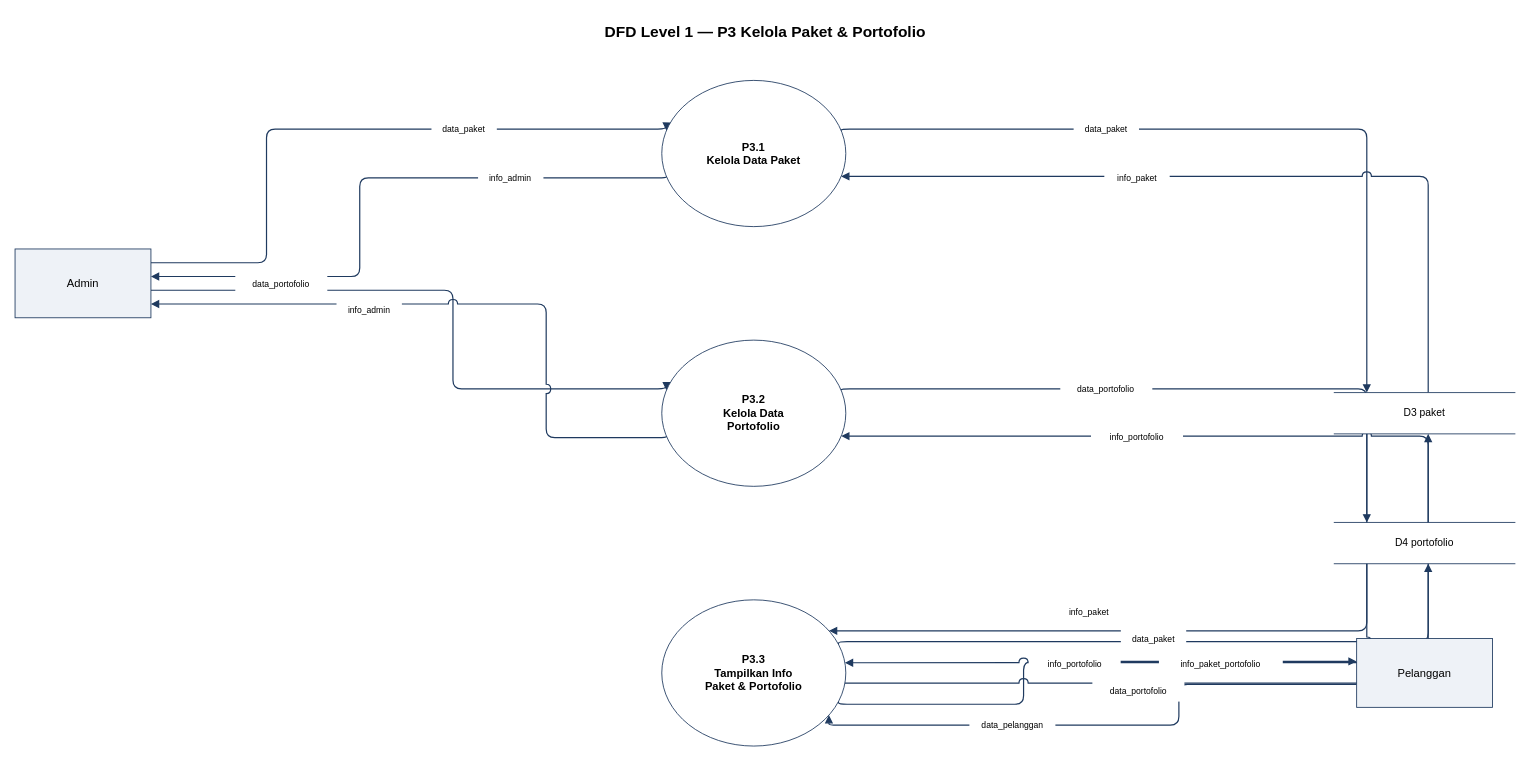
The draw.io diagram result/without/mellogang_dfd_level1_P3.drawio in ryuken25/diagrams, before the edit. Source tidied: cells renumbered, new cells numbered last; positions are measured from the earlier drawing's top-left corner, leaving out a move shared by most shapes. Both pictures are drawn from the tidied source at 86%, with x=0, y=0 at pixel (15, 15).
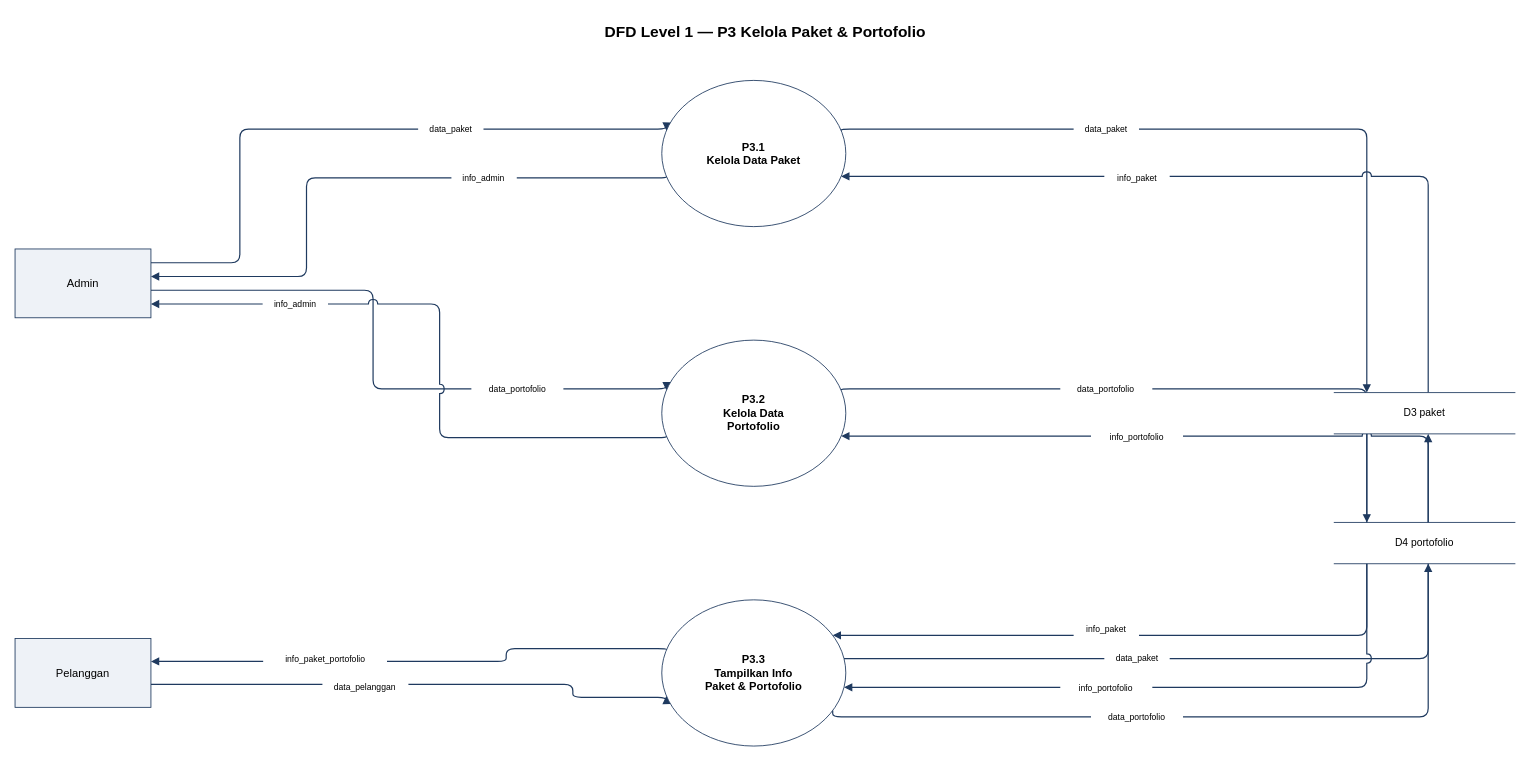
After the change.

Unchanged cells that the change refers to:
```xml
<mxCell id="16" value="P3.1&#10;Kelola Data Paket" style="ellipse;whiteSpace=wrap;html=1;fillColor=#FFFFFF;strokeColor=#1F3A5F;fontSize=13;fontStyle=1;verticalAlign=middle;" parent="1" vertex="1">
  <mxGeometry x="752" y="76" width="214" height="170" as="geometry" />
</mxCell>
<mxCell id="17" value="P3.2&#10;Kelola Data&#10;Portofolio" style="ellipse;whiteSpace=wrap;html=1;fillColor=#FFFFFF;strokeColor=#1F3A5F;fontSize=13;fontStyle=1;verticalAlign=middle;" parent="1" vertex="1">
  <mxGeometry x="752" y="378" width="214" height="170" as="geometry" />
</mxCell>
<mxCell id="18" value="P3.3&#10;Tampilkan Info&#10;Paket &amp; Portofolio" style="ellipse;whiteSpace=wrap;html=1;fillColor=#FFFFFF;strokeColor=#1F3A5F;fontSize=13;fontStyle=1;verticalAlign=middle;" parent="1" vertex="1">
  <mxGeometry x="752" y="680" width="214" height="170" as="geometry" />
</mxCell>
<mxCell id="19" value="Admin" style="rounded=0;whiteSpace=wrap;html=1;fillColor=#EEF2F7;strokeColor=#1F3A5F;fontSize=13;" parent="1" vertex="1">
  <mxGeometry y="272" width="158" height="80" as="geometry" />
</mxCell>
<mxCell id="21" value="D3  paket" style="shape=partialRectangle;top=1;bottom=1;left=0;right=0;whiteSpace=wrap;html=1;fillColor=#FFFFFF;strokeColor=#1F3A5F;fontSize=12;align=center;" parent="1" vertex="1">
  <mxGeometry x="1534" y="439" width="210" height="48" as="geometry" />
</mxCell>
<mxCell id="22" value="D4  portofolio" style="shape=partialRectangle;top=1;bottom=1;left=0;right=0;whiteSpace=wrap;html=1;fillColor=#FFFFFF;strokeColor=#1F3A5F;fontSize=12;align=center;" parent="1" vertex="1">
  <mxGeometry x="1534" y="590" width="210" height="48" as="geometry" />
</mxCell>
```

The edit, as a diff of the source:
```diff
@@
     <mxCell id="2" style="html=1;rounded=1;strokeColor=#1F3A5F;strokeWidth=1.4;endArrow=block;startArrow=none;jumpStyle=arc;jumpSize=10;edgeStyle=orthogonalEdgeStyle;exitX=1.000;exitY=0.200;entryX=0.000;entryY=0.333;exitDx=0;exitDy=0;entryDx=0;entryDy=0;" parent="1" edge="1" source="19" target="16">
       <mxGeometry relative="1" as="geometry">
         <Array as="points">
-          <mxPoint x="292.4" y="288" />
-          <mxPoint x="292.4" y="132.7" />
+          <mxPoint x="261.4" y="288" />
+          <mxPoint x="261.4" y="132.7" />
         </Array>
       </mxGeometry>
     </mxCell>
     <mxCell id="3" style="html=1;rounded=1;strokeColor=#1F3A5F;strokeWidth=1.4;endArrow=block;startArrow=none;jumpStyle=arc;jumpSize=10;edgeStyle=orthogonalEdgeStyle;exitX=0.000;exitY=0.667;entryX=1.000;entryY=0.400;exitDx=0;exitDy=0;entryDx=0;entryDy=0;" parent="1" edge="1" source="16" target="19">
       <mxGeometry relative="1" as="geometry">
         <Array as="points">
-          <mxPoint x="400.8" y="189.3" />
-          <mxPoint x="400.8" y="304" />
+          <mxPoint x="338.9" y="189.3" />
+          <mxPoint x="338.9" y="304" />
         </Array>
       </mxGeometry>
     </mxCell>
     <mxCell id="4" style="html=1;rounded=1;strokeColor=#1F3A5F;strokeWidth=1.4;endArrow=block;startArrow=none;jumpStyle=arc;jumpSize=10;edgeStyle=orthogonalEdgeStyle;exitX=1.000;exitY=0.600;entryX=0.000;entryY=0.333;exitDx=0;exitDy=0;entryDx=0;entryDy=0;" parent="1" edge="1" source="19" target="17">
       <mxGeometry relative="1" as="geometry">
         <Array as="points">
-          <mxPoint x="509.2" y="320" />
-          <mxPoint x="509.2" y="434.7" />
+          <mxPoint x="416.3" y="320" />
+          <mxPoint x="416.3" y="434.7" />
         </Array>
       </mxGeometry>
     </mxCell>
     <mxCell id="5" style="html=1;rounded=1;strokeColor=#1F3A5F;strokeWidth=1.4;endArrow=block;startArrow=none;jumpStyle=arc;jumpSize=10;edgeStyle=orthogonalEdgeStyle;exitX=0.000;exitY=0.667;entryX=1.000;entryY=0.800;exitDx=0;exitDy=0;entryDx=0;entryDy=0;" parent="1" edge="1" source="17" target="19">
       <mxGeometry relative="1" as="geometry">
         <Array as="points">
-          <mxPoint x="617.6" y="491.3" />
-          <mxPoint x="617.6" y="336" />
+          <mxPoint x="493.7" y="491.3" />
+          <mxPoint x="493.7" y="336" />
         </Array>
       </mxGeometry>
     </mxCell>
-    <mxCell id="6" style="html=1;rounded=1;strokeColor=#1F3A5F;strokeWidth=1.4;endArrow=block;startArrow=none;jumpStyle=arc;jumpSize=10;edgeStyle=orthogonalEdgeStyle;exitX=1.000;exitY=0.714;entryX=0.000;entryY=0.333;exitDx=0;exitDy=0;entryDx=0;entryDy=0;" parent="1" edge="1" source="18" target="20">
+    <mxCell id="6" style="html=1;rounded=1;strokeColor=#1F3A5F;strokeWidth=1.4;endArrow=block;startArrow=none;jumpStyle=arc;jumpSize=10;edgeStyle=orthogonalEdgeStyle;exitX=0.000;exitY=0.333;entryX=1.000;entryY=0.333;exitDx=0;exitDy=0;entryDx=0;entryDy=0;" parent="1" edge="1" source="18" target="20">
       <mxGeometry relative="1" as="geometry">
         <Array as="points">
-          <mxPoint x="1172.7" y="801.4" />
-          <mxPoint x="1172.7" y="751.7" />
+          <mxPoint x="571.1" y="736.7" />
+          <mxPoint x="571.1" y="751.7" />
         </Array>
       </mxGeometry>
     </mxCell>
-    <mxCell id="7" style="html=1;rounded=1;strokeColor=#1F3A5F;strokeWidth=1.4;endArrow=block;startArrow=none;jumpStyle=arc;jumpSize=10;edgeStyle=orthogonalEdgeStyle;exitX=0.000;exitY=0.667;entryX=1.000;entryY=0.857;exitDx=0;exitDy=0;entryDx=0;entryDy=0;" parent="1" edge="1" source="20" target="18">
+    <mxCell id="7" style="html=1;rounded=1;strokeColor=#1F3A5F;strokeWidth=1.4;endArrow=block;startArrow=none;jumpStyle=arc;jumpSize=10;edgeStyle=orthogonalEdgeStyle;exitX=1.000;exitY=0.667;entryX=0.000;entryY=0.667;exitDx=0;exitDy=0;entryDx=0;entryDy=0;" parent="1" edge="1" source="20" target="18">
       <mxGeometry relative="1" as="geometry">
         <Array as="points">
-          <mxPoint x="1353.3" y="778.3" />
-          <mxPoint x="1353.3" y="825.7" />
+          <mxPoint x="648.6" y="778.3" />
+          <mxPoint x="648.6" y="793.3" />
         </Array>
       </mxGeometry>
     </mxCell>
@@
-    <mxCell id="10" style="html=1;rounded=1;strokeColor=#1F3A5F;strokeWidth=1.4;endArrow=block;startArrow=none;jumpStyle=arc;jumpSize=10;edgeStyle=orthogonalEdgeStyle;exitX=0.180;exitY=1.000;entryX=1.000;entryY=0.143;exitDx=0;exitDy=0;entryDx=0;entryDy=0;" parent="1" edge="1" source="21" target="18">
+    <mxCell id="10" style="html=1;rounded=1;strokeColor=#1F3A5F;strokeWidth=1.4;endArrow=block;startArrow=none;jumpStyle=arc;jumpSize=10;edgeStyle=orthogonalEdgeStyle;exitX=0.180;exitY=1.000;entryX=1.000;entryY=0.200;exitDx=0;exitDy=0;entryDx=0;entryDy=0;" parent="1" edge="1" source="21" target="18">
       <mxGeometry relative="1" as="geometry">
         <Array as="points">
           <mxPoint x="1571.8" y="487" />
-          <mxPoint x="1571.8" y="704.3" />
+          <mxPoint x="1571.8" y="714" />
         </Array>
       </mxGeometry>
     </mxCell>
-    <mxCell id="11" style="html=1;rounded=1;strokeColor=#1F3A5F;strokeWidth=1.4;endArrow=block;startArrow=none;jumpStyle=arc;jumpSize=10;edgeStyle=orthogonalEdgeStyle;exitX=1.000;exitY=0.286;entryX=0.520;entryY=1.000;exitDx=0;exitDy=0;entryDx=0;entryDy=0;" parent="1" edge="1" source="18" target="21">
+    <mxCell id="11" style="html=1;rounded=1;strokeColor=#1F3A5F;strokeWidth=1.4;endArrow=block;startArrow=none;jumpStyle=arc;jumpSize=10;edgeStyle=orthogonalEdgeStyle;exitX=1.000;exitY=0.400;entryX=0.520;entryY=1.000;exitDx=0;exitDy=0;entryDx=0;entryDy=0;" parent="1" edge="1" source="18" target="21">
       <mxGeometry relative="1" as="geometry">
         <Array as="points">
-          <mxPoint x="1643.2" y="728.6" />
+          <mxPoint x="1643.2" y="748" />
           <mxPoint x="1643.2" y="487" />
         </Array>
       </mxGeometry>
     </mxCell>
@@
-    <mxCell id="14" style="html=1;rounded=1;strokeColor=#1F3A5F;strokeWidth=1.4;endArrow=block;startArrow=none;jumpStyle=arc;jumpSize=10;edgeStyle=orthogonalEdgeStyle;exitX=0.180;exitY=1.000;entryX=1.000;entryY=0.429;exitDx=0;exitDy=0;entryDx=0;entryDy=0;" parent="1" edge="1" source="22" target="18">
+    <mxCell id="14" style="html=1;rounded=1;strokeColor=#1F3A5F;strokeWidth=1.4;endArrow=block;startArrow=none;jumpStyle=arc;jumpSize=10;edgeStyle=orthogonalEdgeStyle;exitX=0.180;exitY=1.000;entryX=1.000;entryY=0.600;exitDx=0;exitDy=0;entryDx=0;entryDy=0;" parent="1" edge="1" source="22" target="18">
       <mxGeometry relative="1" as="geometry">
         <Array as="points">
           <mxPoint x="1571.8" y="638" />
-          <mxPoint x="1571.8" y="752.9" />
+          <mxPoint x="1571.8" y="782" />
         </Array>
       </mxGeometry>
     </mxCell>
-    <mxCell id="15" style="html=1;rounded=1;strokeColor=#1F3A5F;strokeWidth=1.4;endArrow=block;startArrow=none;jumpStyle=arc;jumpSize=10;edgeStyle=orthogonalEdgeStyle;exitX=1.000;exitY=0.571;entryX=0.520;entryY=1.000;exitDx=0;exitDy=0;entryDx=0;entryDy=0;" parent="1" edge="1" source="18" target="22">
+    <mxCell id="15" style="html=1;rounded=1;strokeColor=#1F3A5F;strokeWidth=1.4;endArrow=block;startArrow=none;jumpStyle=arc;jumpSize=10;edgeStyle=orthogonalEdgeStyle;exitX=1.000;exitY=0.800;entryX=0.520;entryY=1.000;exitDx=0;exitDy=0;entryDx=0;entryDy=0;" parent="1" edge="1" source="18" target="22">
       <mxGeometry relative="1" as="geometry">
         <Array as="points">
-          <mxPoint x="1643.2" y="777.1" />
+          <mxPoint x="1643.2" y="816" />
           <mxPoint x="1643.2" y="638" />
         </Array>
       </mxGeometry>
     </mxCell>
@@
     <mxCell id="20" value="Pelanggan" style="rounded=0;whiteSpace=wrap;html=1;fillColor=#EEF2F7;strokeColor=#1F3A5F;fontSize=13;" parent="1" vertex="1">
-      <mxGeometry x="1560" y="725" width="158" height="80" as="geometry" />
+      <mxGeometry y="725" width="158" height="80" as="geometry" />
     </mxCell>
@@
     <mxCell id="23" value="data_paket" style="text;html=1;align=center;verticalAlign=middle;fontSize=10;rounded=0;fillColor=#FFFFFF;strokeColor=none;whiteSpace=wrap;spacing=2;" parent="1" vertex="1">
-      <mxGeometry x="484.2" y="120.7" width="76" height="24" as="geometry" />
+      <mxGeometry x="468.7" y="120.7" width="76" height="24" as="geometry" />
     </mxCell>
     <mxCell id="24" value="info_admin" style="text;html=1;align=center;verticalAlign=middle;fontSize=10;rounded=0;fillColor=#FFFFFF;strokeColor=none;whiteSpace=wrap;spacing=2;" parent="1" vertex="1">
-      <mxGeometry x="538.4" y="177.4" width="76" height="24" as="geometry" />
+      <mxGeometry x="507.4" y="177.4" width="76" height="24" as="geometry" />
     </mxCell>
     <mxCell id="25" value="data_portofolio" style="text;html=1;align=center;verticalAlign=middle;fontSize=10;rounded=0;fillColor=#FFFFFF;strokeColor=none;whiteSpace=wrap;spacing=2;" parent="1" vertex="1">
-      <mxGeometry x="256.1" y="300.9" width="107" height="24" as="geometry" />
+      <mxGeometry x="530.6" y="422.7" width="107" height="24" as="geometry" />
     </mxCell>
     <mxCell id="26" value="info_admin" style="text;html=1;align=center;verticalAlign=middle;fontSize=10;rounded=0;fillColor=#FFFFFF;strokeColor=none;whiteSpace=wrap;spacing=2;" parent="1" vertex="1">
-      <mxGeometry x="373.8" y="331.1" width="76" height="24" as="geometry" />
+      <mxGeometry x="287.9" y="324" width="76" height="24" as="geometry" />
     </mxCell>
     <mxCell id="27" value="info_paket_portofolio" style="text;html=1;align=center;verticalAlign=middle;fontSize=10;rounded=0;fillColor=#FFFFFF;strokeColor=none;whiteSpace=wrap;spacing=2;" parent="1" vertex="1">
-      <mxGeometry x="1330.1" y="743" width="144" height="24" as="geometry" />
+      <mxGeometry x="288.5" y="736.8" width="144" height="24" as="geometry" />
     </mxCell>
     <mxCell id="28" value="data_pelanggan" style="text;html=1;align=center;verticalAlign=middle;fontSize=10;rounded=0;fillColor=#FFFFFF;strokeColor=none;whiteSpace=wrap;spacing=2;" parent="1" vertex="1">
-      <mxGeometry x="1109.7" y="813.7" width="100" height="24" as="geometry" />
+      <mxGeometry x="357.4" y="769.2" width="100" height="24" as="geometry" />
     </mxCell>
@@
     <mxCell id="31" value="info_paket" style="text;html=1;align=center;verticalAlign=middle;fontSize=10;rounded=0;fillColor=#FFFFFF;strokeColor=none;whiteSpace=wrap;spacing=2;" parent="1" vertex="1">
-      <mxGeometry x="1211.2" y="681.6" width="76" height="24" as="geometry" />
+      <mxGeometry x="1230.9" y="702" width="76" height="24" as="geometry" />
     </mxCell>
     <mxCell id="32" value="data_paket" style="text;html=1;align=center;verticalAlign=middle;fontSize=10;rounded=0;fillColor=#FFFFFF;strokeColor=none;whiteSpace=wrap;spacing=2;" parent="1" vertex="1">
-      <mxGeometry x="1285.8" y="712.8" width="76" height="24" as="geometry" />
+      <mxGeometry x="1266.6" y="736" width="76" height="24" as="geometry" />
     </mxCell>
@@
     <mxCell id="35" value="info_portofolio" style="text;html=1;align=center;verticalAlign=middle;fontSize=10;rounded=0;fillColor=#FFFFFF;strokeColor=none;whiteSpace=wrap;spacing=2;" parent="1" vertex="1">
-      <mxGeometry x="1178.6" y="742.9" width="107" height="24" as="geometry" />
+      <mxGeometry x="1215.4" y="770" width="107" height="24" as="geometry" />
     </mxCell>
     <mxCell id="36" value="data_portofolio" style="text;html=1;align=center;verticalAlign=middle;fontSize=10;rounded=0;fillColor=#FFFFFF;strokeColor=none;whiteSpace=wrap;spacing=2;" parent="1" vertex="1">
-      <mxGeometry x="1252.7" y="774.3" width="107" height="24" as="geometry" />
+      <mxGeometry x="1251.1" y="804" width="107" height="24" as="geometry" />
     </mxCell>
```
